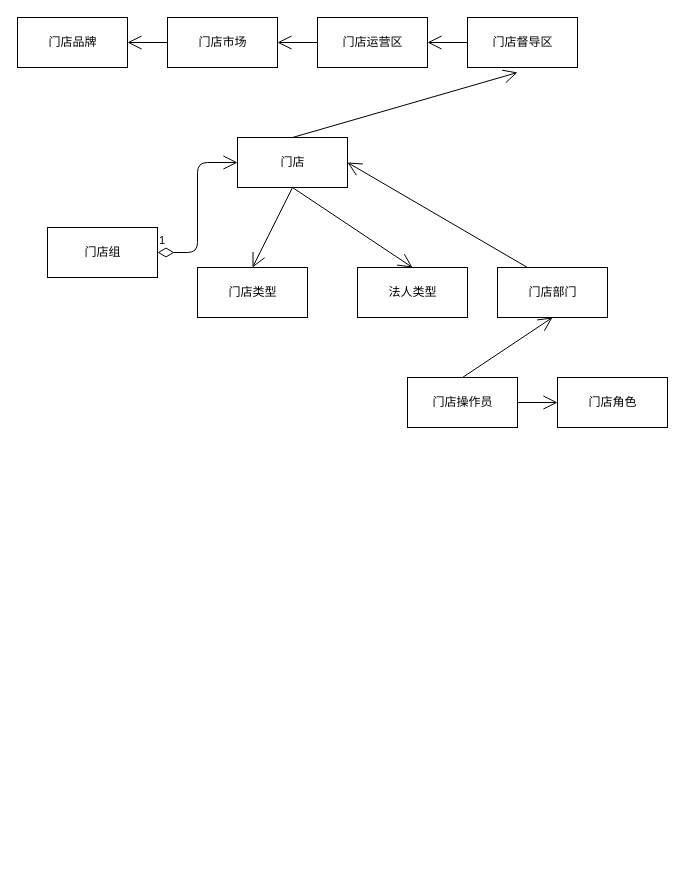
Before: 1111.drawio in liuchenwei2000/diagram, a draw.io diagram. Source tidied: cells renumbered, new cells numbered last; positions are measured from the earlier drawing's top-left corner, leaving out a move shared by most shapes. Both pictures are drawn from the tidied source at 100%, with x=0, y=0 at pixel (17, 17).
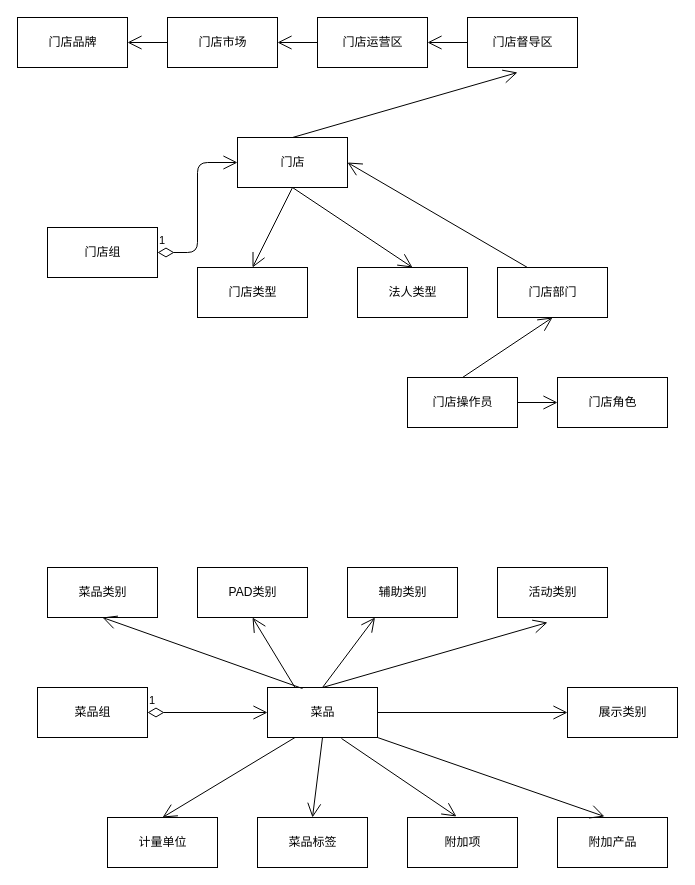
The same page after the edit.

What changed in the source:
```diff
@@
+    <mxCell id="23" value="菜品类别" style="html=1;" parent="1" vertex="1">
+      <mxGeometry x="30" y="550" width="110" height="50" as="geometry" />
+    </mxCell>
+    <mxCell id="24" value="PAD类别" style="html=1;" parent="1" vertex="1">
+      <mxGeometry x="180" y="550" width="110" height="50" as="geometry" />
+    </mxCell>
+    <mxCell id="25" value="辅助类别" style="html=1;" parent="1" vertex="1">
+      <mxGeometry x="330" y="550" width="110" height="50" as="geometry" />
+    </mxCell>
+    <mxCell id="26" value="活动类别" style="html=1;" parent="1" vertex="1">
+      <mxGeometry x="480" y="550" width="110" height="50" as="geometry" />
+    </mxCell>
+    <mxCell id="27" value="菜品" style="html=1;" parent="1" vertex="1">
+      <mxGeometry x="250" y="670" width="110" height="50" as="geometry" />
+    </mxCell>
+    <mxCell id="28" value="菜品组" style="html=1;" parent="1" vertex="1">
+      <mxGeometry x="20" y="670" width="110" height="50" as="geometry" />
+    </mxCell>
+    <mxCell id="29" value="计量单位" style="html=1;" parent="1" vertex="1">
+      <mxGeometry x="90" y="800" width="110" height="50" as="geometry" />
+    </mxCell>
+    <mxCell id="30" value="菜品标签" style="html=1;" parent="1" vertex="1">
+      <mxGeometry x="240" y="800" width="110" height="50" as="geometry" />
+    </mxCell>
+    <mxCell id="31" value="展示类别" style="html=1;" parent="1" vertex="1">
+      <mxGeometry x="550" y="670" width="110" height="50" as="geometry" />
+    </mxCell>
+    <mxCell id="32" value="附加项" style="html=1;" parent="1" vertex="1">
+      <mxGeometry x="390" y="800" width="110" height="50" as="geometry" />
+    </mxCell>
+    <mxCell id="33" value="附加产品" style="html=1;" parent="1" vertex="1">
+      <mxGeometry x="540" y="800" width="110" height="50" as="geometry" />
+    </mxCell>
+    <mxCell id="34" style="endArrow=open;endFill=1;endSize=12;html=1;entryX=0.5;entryY=1;entryDx=0;entryDy=0;exitX=0.318;exitY=0.02;exitDx=0;exitDy=0;exitPerimeter=0;" parent="1" edge="1" source="27" target="23">
+      <mxGeometry relative="1" as="geometry" />
+    </mxCell>
+    <mxCell id="35" style="endArrow=open;endFill=1;endSize=12;html=1;exitX=0.25;exitY=0;exitDx=0;exitDy=0;entryX=0.5;entryY=1;entryDx=0;entryDy=0;" parent="1" edge="1" source="27" target="24">
+      <mxGeometry relative="1" as="geometry" />
+    </mxCell>
+    <mxCell id="36" style="endArrow=open;endFill=1;endSize=12;html=1;exitX=0.5;exitY=0;exitDx=0;exitDy=0;entryX=0.25;entryY=1;entryDx=0;entryDy=0;" parent="1" edge="1" source="27" target="25">
+      <mxGeometry relative="1" as="geometry" />
+    </mxCell>
+    <mxCell id="37" style="endArrow=open;endFill=1;endSize=12;html=1;exitX=0.5;exitY=0;exitDx=0;exitDy=0;" parent="1" edge="1" source="27">
+      <mxGeometry relative="1" as="geometry">
+        <mxPoint x="530" y="605" as="targetPoint" />
+      </mxGeometry>
+    </mxCell>
+    <mxCell id="38" style="endArrow=open;endFill=1;endSize=12;html=1;exitX=0.25;exitY=1;exitDx=0;exitDy=0;" parent="1" edge="1" source="27">
+      <mxGeometry relative="1" as="geometry">
+        <mxPoint x="145" y="800" as="targetPoint" />
+      </mxGeometry>
+    </mxCell>
+    <mxCell id="39" style="endArrow=open;endFill=1;endSize=12;html=1;entryX=0.5;entryY=0;entryDx=0;entryDy=0;exitX=0.5;exitY=1;exitDx=0;exitDy=0;" parent="1" edge="1" source="27" target="30">
+      <mxGeometry relative="1" as="geometry" />
+    </mxCell>
+    <mxCell id="40" value="1" style="endArrow=open;html=1;endSize=12;startArrow=diamondThin;startSize=14;startFill=0;edgeStyle=orthogonalEdgeStyle;align=left;verticalAlign=bottom;entryX=0;entryY=0.5;entryDx=0;entryDy=0;" parent="1" edge="1" source="28" target="27">
+      <mxGeometry x="-1" y="3" relative="1" as="geometry" />
+    </mxCell>
+    <mxCell id="41" style="endArrow=open;endFill=1;endSize=12;html=1;entryX=0.427;entryY=-0.02;entryDx=0;entryDy=0;entryPerimeter=0;exitX=1;exitY=1;exitDx=0;exitDy=0;" parent="1" edge="1" source="27" target="33">
+      <mxGeometry relative="1" as="geometry" />
+    </mxCell>
+    <mxCell id="42" style="endArrow=open;endFill=1;endSize=12;html=1;entryX=0;entryY=0.5;entryDx=0;entryDy=0;exitX=1;exitY=0.5;exitDx=0;exitDy=0;" parent="1" edge="1" source="27" target="31">
+      <mxGeometry relative="1" as="geometry" />
+    </mxCell>
+    <mxCell id="43" style="endArrow=open;endFill=1;endSize=12;html=1;entryX=0.445;entryY=-0.02;entryDx=0;entryDy=0;exitX=0.673;exitY=1.02;exitDx=0;exitDy=0;exitPerimeter=0;entryPerimeter=0;" parent="1" edge="1" source="27" target="32">
+      <mxGeometry relative="1" as="geometry" />
+    </mxCell>
```
